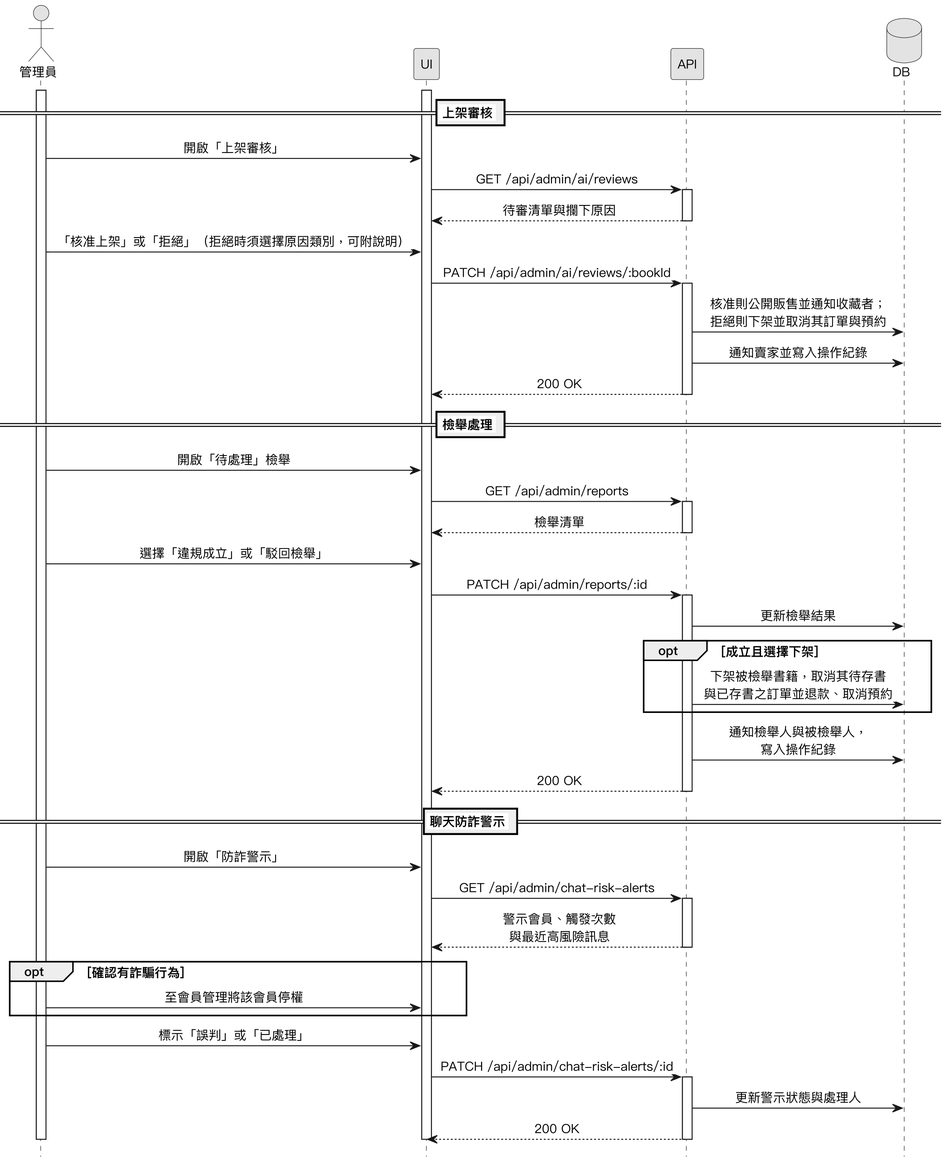
This is Diagrams/Sequence Diagrams/v3/seq_admin_review.png from SaveMyBook/SaveMyBook, a PlantUML export, as it was before one commit.
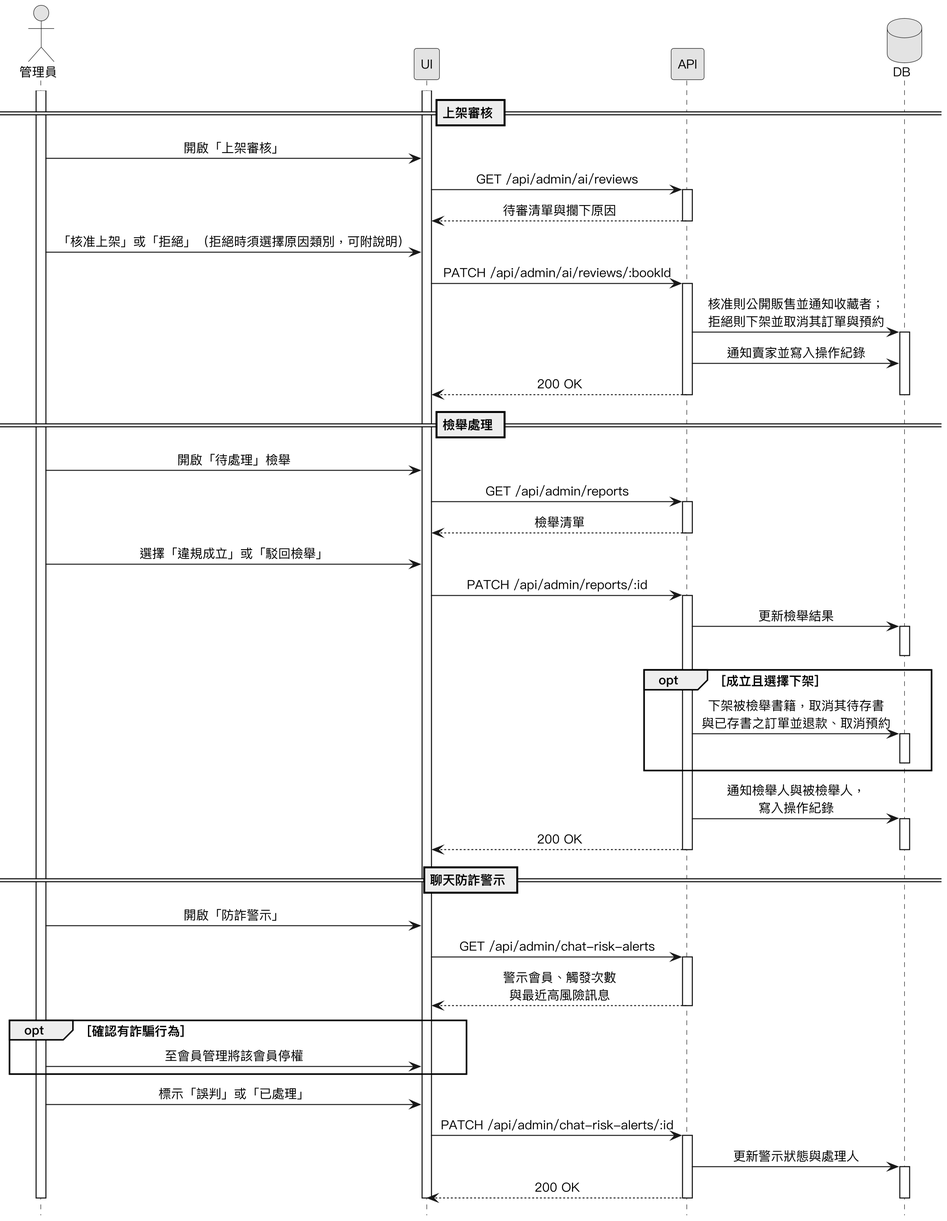
After the change.

What changed in the source:
```diff
@@ -25,8 +25,10 @@
 UI -> API : PATCH /api/admin/ai/reviews/:bookId
 activate API
 API -> DB : 核准則公開販售並通知收藏者；\n拒絕則下架並取消其訂單與預約
+activate DB
 API -> DB : 通知賣家並寫入操作紀錄
 API --> UI : 200 OK
+deactivate DB
 deactivate API
 
 == 檢舉處理 ==
@@ -38,12 +40,16 @@
 管理員 -> UI : 選擇「違規成立」或「駁回檢舉」
 UI -> API : PATCH /api/admin/reports/:id
 activate API
-API -> DB : 更新檢舉結果
+API -> DB ++ : 更新檢舉結果
+deactivate DB
 opt 成立且選擇下架
-  API -> DB : 下架被檢舉書籍，取消其待存書\n與已存書之訂單並退款、取消預約
+  API -> DB ++ : 下架被檢舉書籍，取消其待存書\n與已存書之訂單並退款、取消預約
+  deactivate DB
 end
 API -> DB : 通知檢舉人與被檢舉人，\n寫入操作紀錄
+activate DB
 API --> UI : 200 OK
+deactivate DB
 deactivate API
 
 == 聊天防詐警示 ==
@@ -59,7 +65,9 @@
 UI -> API : PATCH /api/admin/chat-risk-alerts/:id
 activate API
 API -> DB : 更新警示狀態與處理人
+activate DB
 API --> UI : 200 OK
+deactivate DB
 deactivate API
 deactivate UI
 deactivate 管理員
```
